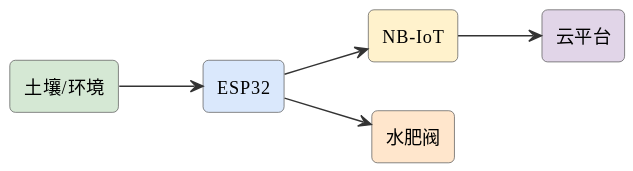
Before: assets/diagrams/ideas-fig24.svg, a diagram exported from PlantUML (mingyi0818/IntelligentMcuCourse).
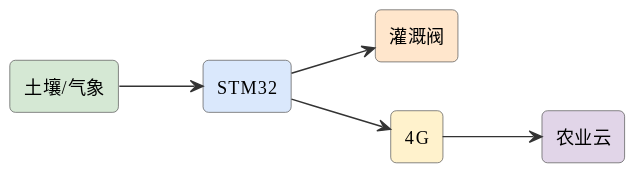
Later version of the same file.

The edit, as a diff of the source:
```diff
@@ -6,13 +6,13 @@
 skinparam arrowFontSize 11
 skinparam arrowColor #333
 left to right direction
-rectangle "土壤/环境" as s #d5e8d4
-rectangle "ESP32" as esp #dae8fc
-rectangle "NB-IoT" as nb #fff2cc
-rectangle "水肥阀" as valve #ffe6cc
-rectangle "云平台" as cloud #e1d5e8
-s --> esp
-esp --> nb
-esp --> valve
-nb --> cloud
+rectangle "土壤/气象" as s #d5e8d4
+rectangle "STM32" as stm #dae8fc
+rectangle "灌溉阀" as valve #ffe6cc
+rectangle "4G" as g #fff2cc
+rectangle "农业云" as cloud #e1d5e8
+s --> stm
+stm --> valve
+stm --> g
+g --> cloud
 @enduml
```
